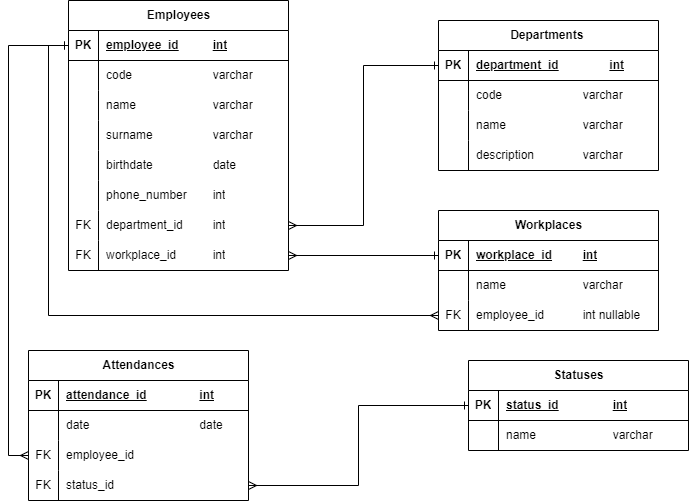
wae98/AttendanceEmployees keeps this draw.io diagram as images/ERD.png. Above is the earlier version. Source tidied: cells renumbered, new cells last; positions are measured from the earlier drawing's top-left corner, leaving out a move shared by most shapes.
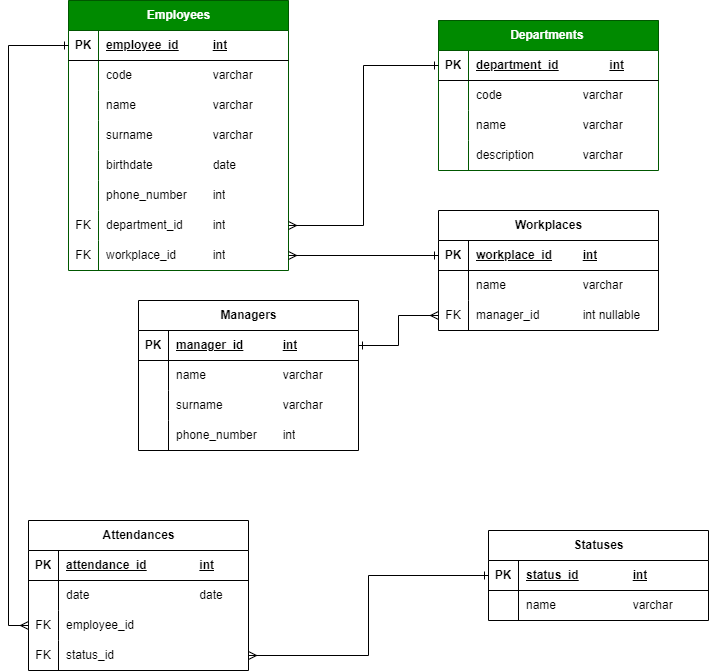
The same file after the commit.

What changed in the source:
```diff
@@ -2,7 +2,7 @@
   <root>
     <mxCell id="0" />
     <mxCell id="1" parent="0" />
-    <mxCell id="2" value="Employees" style="shape=table;startSize=30;rowLines=0;fontStyle=1;align=center;html=1;" parent="1" vertex="1">
+    <mxCell id="2" value="Employees" style="shape=table;startSize=30;rowLines=0;fontStyle=1;align=center;html=1;fillColor=#008a00;fontColor=#ffffff;strokeColor=#005700;" parent="1" vertex="1">
       <mxGeometry x="40" width="220" height="270" as="geometry" />
     </mxCell>
     <mxCell id="3" style="shape=tableRow;horizontal=0;startSize=0;swimlaneHead=0;swimlaneBody=0;fillColor=none;points=[[0,0.5],[1,0.5]];portConstraint=eastwest;top=0;left=0;right=0;bottom=1;" parent="2" vertex="1">
@@ -77,7 +77,7 @@
     <mxCell id="26" value="workplace_id&amp;nbsp;&lt;span style=&quot;white-space: pre;&quot;&gt;&#9;&lt;/span&gt;&lt;span style=&quot;white-space: pre;&quot;&gt;&#9;&lt;/span&gt;int" style="shape=partialRectangle;fillColor=none;top=0;left=0;bottom=0;right=0;align=left;spacingLeft=6;overflow=hidden;whiteSpace=wrap;html=1;" parent="24" vertex="1">
       <mxGeometry x="30" width="190" height="30" as="geometry" />
     </mxCell>
-    <mxCell id="27" value="Departments&amp;nbsp;" style="shape=table;startSize=30;rowLines=0;fontStyle=1;align=center;html=1;" parent="1" vertex="1">
+    <mxCell id="27" value="Departments&amp;nbsp;" style="shape=table;startSize=30;rowLines=0;fontStyle=1;align=center;html=1;fillColor=#008a00;fontColor=#ffffff;strokeColor=#005700;" parent="1" vertex="1">
       <mxGeometry x="410" y="20" width="220" height="150" as="geometry" />
     </mxCell>
     <mxCell id="28" style="shape=tableRow;horizontal=0;startSize=0;swimlaneHead=0;swimlaneBody=0;fillColor=none;points=[[0,0.5],[1,0.5]];portConstraint=eastwest;top=0;left=0;right=0;bottom=1;" parent="27" vertex="1">
@@ -146,17 +146,14 @@
     <mxCell id="49" value="FK" style="shape=partialRectangle;fillColor=none;top=0;left=0;bottom=0;right=0;overflow=hidden;whiteSpace=wrap;html=1;" parent="48" vertex="1">
       <mxGeometry width="30" height="30" as="geometry" />
     </mxCell>
-    <mxCell id="50" value="employee_id&lt;span style=&quot;white-space: pre;&quot;&gt;&#9;&lt;/span&gt;&lt;span style=&quot;white-space: pre;&quot;&gt;&#9;&lt;/span&gt;int nullable" style="shape=partialRectangle;fillColor=none;top=0;left=0;bottom=0;right=0;align=left;spacingLeft=6;overflow=hidden;whiteSpace=wrap;html=1;" parent="48" vertex="1">
+    <mxCell id="50" value="manager_id&lt;span style=&quot;white-space: pre;&quot;&gt;&#9;&lt;/span&gt;&lt;span style=&quot;white-space: pre;&quot;&gt;&#9;&lt;/span&gt;int nullable" style="shape=partialRectangle;fillColor=none;top=0;left=0;bottom=0;right=0;align=left;spacingLeft=6;overflow=hidden;whiteSpace=wrap;html=1;" parent="48" vertex="1">
       <mxGeometry x="30" width="190" height="30" as="geometry" />
     </mxCell>
     <mxCell id="51" style="edgeStyle=orthogonalEdgeStyle;rounded=0;jettySize=auto;html=1;entryX=0;entryY=0.5;entryDx=0;entryDy=0;endArrow=ERone;endFill=0;startArrow=ERmany;startFill=0;" parent="1" edge="1" source="24" target="42">
       <mxGeometry relative="1" as="geometry" />
     </mxCell>
-    <mxCell id="52" style="edgeStyle=orthogonalEdgeStyle;rounded=0;jettySize=auto;html=1;exitX=0;exitY=0.5;exitDx=0;exitDy=0;entryX=0;entryY=0.5;entryDx=0;entryDy=0;startArrow=ERone;startFill=0;endArrow=ERmany;endFill=0;" parent="1" edge="1" source="3" target="48">
-      <mxGeometry relative="1" as="geometry" />
-    </mxCell>
     <mxCell id="53" value="Attendances" style="shape=table;startSize=30;rowLines=0;fontStyle=1;align=center;html=1;" parent="1" vertex="1">
-      <mxGeometry y="350" width="220" height="150" as="geometry" />
+      <mxGeometry y="520" width="220" height="150" as="geometry" />
     </mxCell>
     <mxCell id="54" style="shape=tableRow;horizontal=0;startSize=0;swimlaneHead=0;swimlaneBody=0;fillColor=none;top=0;left=0;right=0;bottom=1;" parent="53" vertex="1">
       <mxGeometry y="30" width="220" height="30" as="geometry" />
@@ -195,7 +192,7 @@
       <mxGeometry x="30" width="190" height="30" as="geometry" />
     </mxCell>
     <mxCell id="66" value="Statuses" style="shape=table;startSize=30;rowLines=0;fontStyle=1;align=center;html=1;" parent="1" vertex="1">
-      <mxGeometry x="440" y="360" width="220" height="90" as="geometry" />
+      <mxGeometry x="460" y="530" width="220" height="90" as="geometry" />
     </mxCell>
     <mxCell id="67" style="shape=tableRow;horizontal=0;startSize=0;swimlaneHead=0;swimlaneBody=0;fillColor=none;points=[[0,0.5],[1,0.5]];portConstraint=eastwest;top=0;left=0;right=0;bottom=1;" parent="66" vertex="1">
       <mxGeometry y="30" width="220" height="30" as="geometry" />
@@ -221,5 +218,47 @@
     <mxCell id="74" style="edgeStyle=orthogonalEdgeStyle;rounded=0;jettySize=auto;html=1;exitX=0;exitY=0.5;exitDx=0;exitDy=0;startArrow=ERone;startFill=0;endArrow=ERmany;endFill=0;entryX=0;entryY=0.5;entryDx=0;entryDy=0;" parent="1" edge="1" source="3" target="60">
       <mxGeometry relative="1" as="geometry" />
     </mxCell>
+    <mxCell id="75" value="Managers" style="shape=table;startSize=30;rowLines=0;fontStyle=1;align=center;html=1;" parent="1" vertex="1">
+      <mxGeometry x="110" y="300" width="220" height="150" as="geometry" />
+    </mxCell>
+    <mxCell id="76" style="shape=tableRow;horizontal=0;startSize=0;swimlaneHead=0;swimlaneBody=0;fillColor=none;points=[[0,0.5],[1,0.5]];portConstraint=eastwest;top=0;left=0;right=0;bottom=1;" parent="75" vertex="1">
+      <mxGeometry y="30" width="220" height="30" as="geometry" />
+    </mxCell>
+    <mxCell id="77" value="PK" style="shape=partialRectangle;fillColor=none;top=0;left=0;bottom=0;right=0;fontStyle=1;overflow=hidden;whiteSpace=wrap;html=1;" parent="76" vertex="1">
+      <mxGeometry width="30" height="30" as="geometry" />
+    </mxCell>
+    <mxCell id="78" value="manager_id&lt;span style=&quot;white-space: pre;&quot;&gt;&#9;&lt;/span&gt;&lt;span style=&quot;white-space: pre;&quot;&gt;&#9;&lt;/span&gt;int" style="shape=partialRectangle;fillColor=none;top=0;left=0;bottom=0;right=0;align=left;spacingLeft=6;fontStyle=5;overflow=hidden;whiteSpace=wrap;html=1;" parent="76" vertex="1">
+      <mxGeometry x="30" width="190" height="30" as="geometry" />
+    </mxCell>
+    <mxCell id="79" style="shape=tableRow;horizontal=0;startSize=0;swimlaneHead=0;swimlaneBody=0;fillColor=none;top=0;left=0;right=0;bottom=0;" parent="75" vertex="1">
+      <mxGeometry y="60" width="220" height="30" as="geometry" />
+    </mxCell>
+    <mxCell id="80" style="shape=partialRectangle;fillColor=none;top=0;left=0;bottom=0;right=0;overflow=hidden;whiteSpace=wrap;html=1;" parent="79" vertex="1">
+      <mxGeometry width="30" height="30" as="geometry" />
+    </mxCell>
+    <mxCell id="81" value="name&lt;span style=&quot;white-space: pre;&quot;&gt;&#9;&lt;/span&gt;&lt;span style=&quot;white-space: pre;&quot;&gt;&#9;&lt;/span&gt;&lt;span style=&quot;white-space: pre;&quot;&gt;&#9;&lt;/span&gt;varchar" style="shape=partialRectangle;fillColor=none;top=0;left=0;bottom=0;right=0;align=left;spacingLeft=6;overflow=hidden;whiteSpace=wrap;html=1;" parent="79" vertex="1">
+      <mxGeometry x="30" width="190" height="30" as="geometry" />
+    </mxCell>
+    <mxCell id="82" style="shape=tableRow;horizontal=0;startSize=0;swimlaneHead=0;swimlaneBody=0;fillColor=none;top=0;left=0;right=0;bottom=0;" parent="75" vertex="1">
+      <mxGeometry y="90" width="220" height="30" as="geometry" />
+    </mxCell>
+    <mxCell id="83" style="shape=partialRectangle;fillColor=none;top=0;left=0;bottom=0;right=0;overflow=hidden;whiteSpace=wrap;html=1;" parent="82" vertex="1">
+      <mxGeometry width="30" height="30" as="geometry" />
+    </mxCell>
+    <mxCell id="84" value="surname&lt;span style=&quot;white-space: pre;&quot;&gt;&#9;&lt;/span&gt;&lt;span style=&quot;white-space: pre;&quot;&gt;&#9;&lt;/span&gt;&lt;span style=&quot;white-space: pre;&quot;&gt;&#9;&lt;/span&gt;varchar" style="shape=partialRectangle;fillColor=none;top=0;left=0;bottom=0;right=0;align=left;spacingLeft=6;overflow=hidden;whiteSpace=wrap;html=1;" parent="82" vertex="1">
+      <mxGeometry x="30" width="190" height="30" as="geometry" />
+    </mxCell>
+    <mxCell id="85" style="shape=tableRow;horizontal=0;startSize=0;swimlaneHead=0;swimlaneBody=0;fillColor=none;top=0;left=0;right=0;bottom=0;" parent="75" vertex="1">
+      <mxGeometry y="120" width="220" height="30" as="geometry" />
+    </mxCell>
+    <mxCell id="86" style="shape=partialRectangle;fillColor=none;top=0;left=0;bottom=0;right=0;overflow=hidden;whiteSpace=wrap;html=1;" parent="85" vertex="1">
+      <mxGeometry width="30" height="30" as="geometry" />
+    </mxCell>
+    <mxCell id="87" value="phone_number&lt;span style=&quot;white-space: pre;&quot;&gt;&#9;&lt;/span&gt;int" style="shape=partialRectangle;fillColor=none;top=0;left=0;bottom=0;right=0;align=left;spacingLeft=6;overflow=hidden;whiteSpace=wrap;html=1;" parent="85" vertex="1">
+      <mxGeometry x="30" width="190" height="30" as="geometry" />
+    </mxCell>
+    <mxCell id="88" style="edgeStyle=orthogonalEdgeStyle;rounded=0;jettySize=auto;html=1;entryX=1;entryY=0.5;entryDx=0;entryDy=0;endArrow=ERone;endFill=0;startArrow=ERmany;startFill=0;" parent="1" edge="1" source="48" target="76">
+      <mxGeometry relative="1" as="geometry" />
+    </mxCell>
   </root>
 </mxGraphModel>
```
